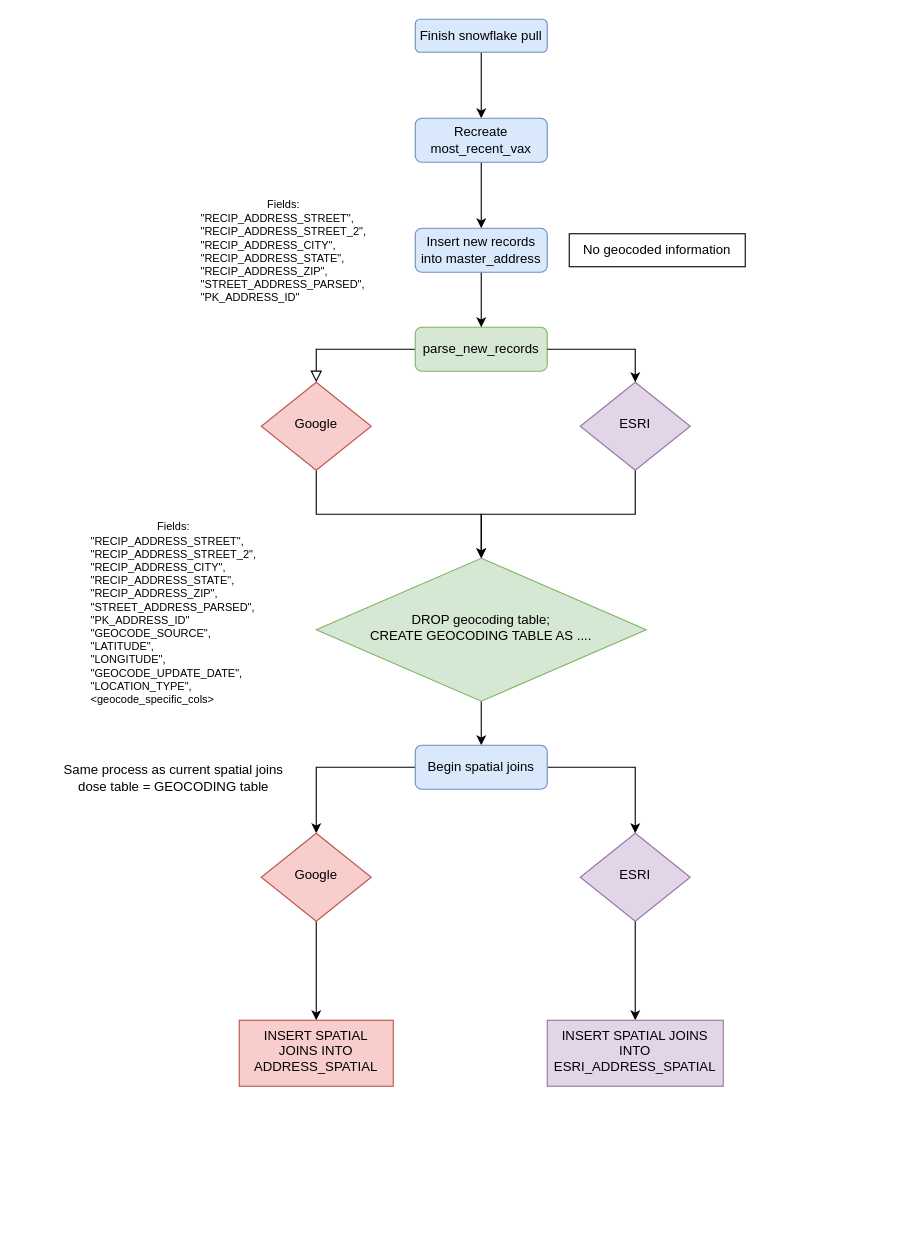
The draw.io diagram new_addy_diagram.drawio in Primordial-Haggis/LA_county_vax_etl_workflow, before the edit. Source tidied: cells renumbered, new cells numbered last; positions are measured from the earlier drawing's top-left corner, leaving out a move shared by most shapes. Both pictures are drawn from the tidied source at 110%, with x=0, y=0 at pixel (52, 19).
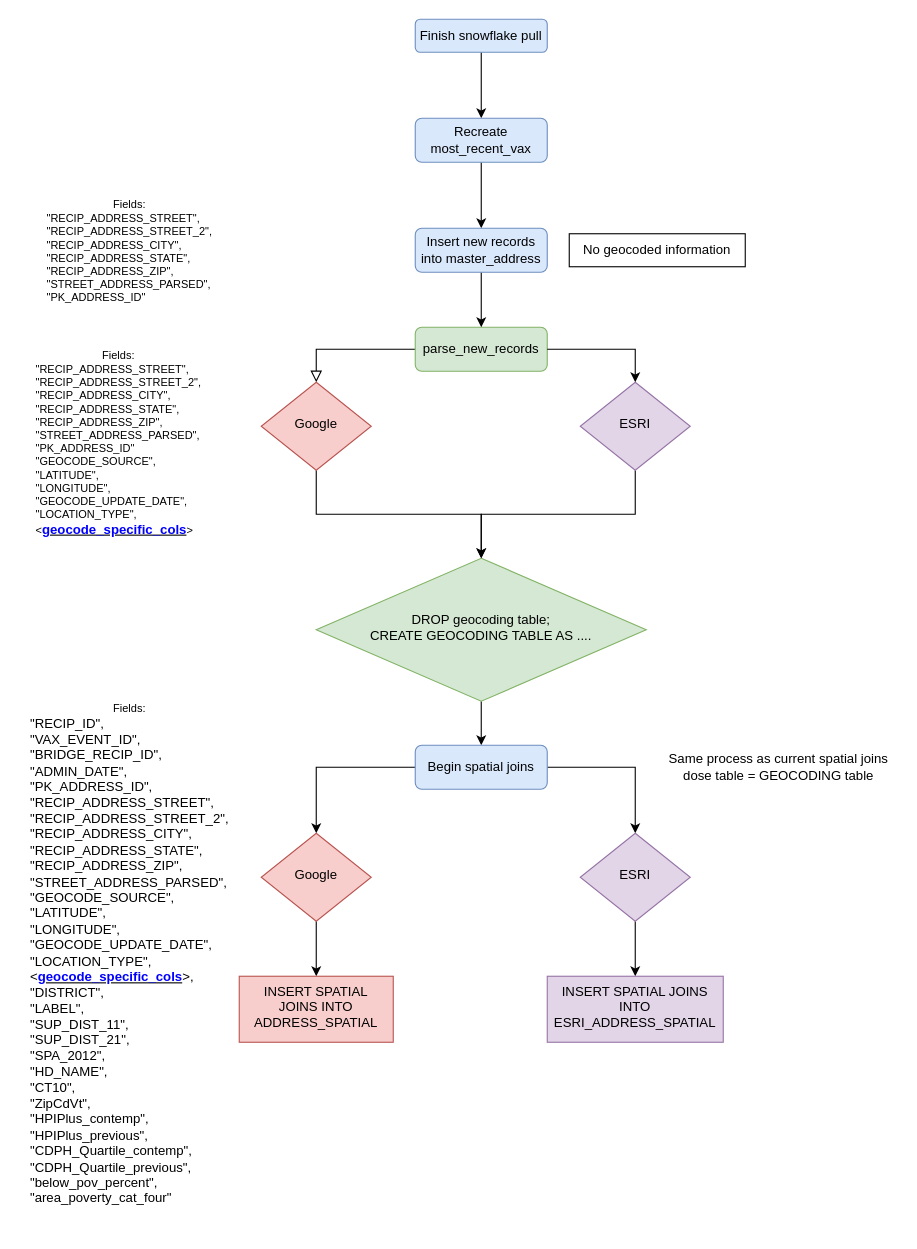
The same diagram, later.

Commit message:
add table colums new_addy_diagram.drawio

Change to the diagram source:
```diff
@@
     <mxCell id="25" value="&lt;font style=&quot;font-size: 10px;&quot;&gt;Fields:&lt;br&gt;&lt;/font&gt;&lt;div style=&quot;text-align: left; font-size: 10px;&quot;&gt;&lt;font style=&quot;font-size: 10px;&quot;&gt;&quot;RECIP_ADDRESS_STREET&quot;,&lt;/font&gt;&lt;/div&gt;&lt;div style=&quot;text-align: left; font-size: 10px;&quot;&gt;&lt;font style=&quot;font-size: 10px;&quot;&gt;&quot;RECIP_ADDRESS_STREET_2&quot;,&lt;/font&gt;&lt;/div&gt;&lt;div style=&quot;text-align: left; font-size: 10px;&quot;&gt;&lt;font style=&quot;font-size: 10px;&quot;&gt;&quot;RECIP_ADDRESS_CITY&quot;,&lt;/font&gt;&lt;/div&gt;&lt;div style=&quot;text-align: left; font-size: 10px;&quot;&gt;&lt;font style=&quot;font-size: 10px;&quot;&gt;&quot;RECIP_ADDRESS_STATE&quot;,&lt;/font&gt;&lt;/div&gt;&lt;div style=&quot;text-align: left; font-size: 10px;&quot;&gt;&lt;font style=&quot;font-size: 10px;&quot;&gt;&quot;RECIP_ADDRESS_ZIP&quot;,&lt;/font&gt;&lt;/div&gt;&lt;div style=&quot;text-align: left; font-size: 10px;&quot;&gt;&lt;font style=&quot;font-size: 10px;&quot;&gt;&quot;STREET_ADDRESS_PARSED&quot;,&lt;/font&gt;&lt;/div&gt;&lt;div style=&quot;text-align: left; font-size: 10px;&quot;&gt;&lt;font style=&quot;font-size: 10px;&quot;&gt;&quot;PK_ADDRESS_ID&quot;&lt;/font&gt;&lt;/div&gt;" style="text;html=1;align=center;verticalAlign=middle;strokeColor=none;fillColor=none;" parent="1" vertex="1">
-      <mxGeometry x="120" y="155" width="180" height="110" as="geometry" />
+      <mxGeometry x="-20" y="155" width="180" height="110" as="geometry" />
     </mxCell>
-    <mxCell id="26" value="&lt;font style=&quot;font-size: 10px;&quot;&gt;Fields:&lt;br&gt;&lt;/font&gt;&lt;div style=&quot;text-align: left; font-size: 10px;&quot;&gt;&lt;font style=&quot;font-size: 10px;&quot;&gt;&quot;RECIP_ADDRESS_STREET&quot;,&lt;/font&gt;&lt;/div&gt;&lt;div style=&quot;text-align: left; font-size: 10px;&quot;&gt;&lt;font style=&quot;font-size: 10px;&quot;&gt;&quot;RECIP_ADDRESS_STREET_2&quot;,&lt;/font&gt;&lt;/div&gt;&lt;div style=&quot;text-align: left; font-size: 10px;&quot;&gt;&lt;font style=&quot;font-size: 10px;&quot;&gt;&quot;RECIP_ADDRESS_CITY&quot;,&lt;/font&gt;&lt;/div&gt;&lt;div style=&quot;text-align: left; font-size: 10px;&quot;&gt;&lt;font style=&quot;font-size: 10px;&quot;&gt;&quot;RECIP_ADDRESS_STATE&quot;,&lt;/font&gt;&lt;/div&gt;&lt;div style=&quot;text-align: left; font-size: 10px;&quot;&gt;&lt;font style=&quot;font-size: 10px;&quot;&gt;&quot;RECIP_ADDRESS_ZIP&quot;,&lt;/font&gt;&lt;/div&gt;&lt;div style=&quot;text-align: left; font-size: 10px;&quot;&gt;&lt;font style=&quot;font-size: 10px;&quot;&gt;&quot;STREET_ADDRESS_PARSED&quot;,&lt;/font&gt;&lt;/div&gt;&lt;div style=&quot;text-align: left; font-size: 10px;&quot;&gt;&lt;font style=&quot;font-size: 10px;&quot;&gt;&quot;PK_ADDRESS_ID&quot;&lt;/font&gt;&lt;/div&gt;&lt;div style=&quot;text-align: left; font-size: 10px;&quot;&gt;&lt;font style=&quot;font-size: 10px;&quot;&gt;&lt;div&gt;&quot;GEOCODE_SOURCE&quot;,&lt;/div&gt;&lt;div&gt;&quot;LATITUDE&quot;,&lt;/div&gt;&lt;div&gt;&quot;LONGITUDE&quot;,&lt;/div&gt;&lt;div&gt;&quot;GEOCODE_UPDATE_DATE&quot;,&lt;/div&gt;&lt;div&gt;&quot;LOCATION_TYPE&quot;,&lt;/div&gt;&lt;div&gt;&amp;lt;geocode_specific_cols&amp;gt;&lt;/div&gt;&lt;div&gt;&lt;br&gt;&lt;/div&gt;&lt;/font&gt;&lt;/div&gt;" style="text;html=1;align=center;verticalAlign=middle;strokeColor=none;fillColor=none;" parent="1" vertex="1">
-      <mxGeometry x="20" y="445" width="180" height="200" as="geometry" />
+    <mxCell id="26" value="&lt;font style=&quot;font-size: 10px;&quot;&gt;Fields:&lt;br&gt;&lt;/font&gt;&lt;div style=&quot;text-align: left; font-size: 10px;&quot;&gt;&lt;font style=&quot;font-size: 10px;&quot;&gt;&quot;RECIP_ADDRESS_STREET&quot;,&lt;/font&gt;&lt;/div&gt;&lt;div style=&quot;text-align: left; font-size: 10px;&quot;&gt;&lt;font style=&quot;font-size: 10px;&quot;&gt;&quot;RECIP_ADDRESS_STREET_2&quot;,&lt;/font&gt;&lt;/div&gt;&lt;div style=&quot;text-align: left; font-size: 10px;&quot;&gt;&lt;font style=&quot;font-size: 10px;&quot;&gt;&quot;RECIP_ADDRESS_CITY&quot;,&lt;/font&gt;&lt;/div&gt;&lt;div style=&quot;text-align: left; font-size: 10px;&quot;&gt;&lt;font style=&quot;font-size: 10px;&quot;&gt;&quot;RECIP_ADDRESS_STATE&quot;,&lt;/font&gt;&lt;/div&gt;&lt;div style=&quot;text-align: left; font-size: 10px;&quot;&gt;&lt;font style=&quot;font-size: 10px;&quot;&gt;&quot;RECIP_ADDRESS_ZIP&quot;,&lt;/font&gt;&lt;/div&gt;&lt;div style=&quot;text-align: left; font-size: 10px;&quot;&gt;&lt;font style=&quot;font-size: 10px;&quot;&gt;&quot;STREET_ADDRESS_PARSED&quot;,&lt;/font&gt;&lt;/div&gt;&lt;div style=&quot;text-align: left; font-size: 10px;&quot;&gt;&lt;font style=&quot;font-size: 10px;&quot;&gt;&quot;PK_ADDRESS_ID&quot;&lt;/font&gt;&lt;/div&gt;&lt;div style=&quot;text-align: left;&quot;&gt;&lt;font style=&quot;&quot;&gt;&lt;div style=&quot;font-size: 10px;&quot;&gt;&quot;GEOCODE_SOURCE&quot;,&lt;/div&gt;&lt;div style=&quot;font-size: 10px;&quot;&gt;&quot;LATITUDE&quot;,&lt;/div&gt;&lt;div style=&quot;font-size: 10px;&quot;&gt;&quot;LONGITUDE&quot;,&lt;/div&gt;&lt;div style=&quot;font-size: 10px;&quot;&gt;&quot;GEOCODE_UPDATE_DATE&quot;,&lt;/div&gt;&lt;div style=&quot;font-size: 10px;&quot;&gt;&quot;LOCATION_TYPE&quot;,&lt;/div&gt;&lt;div style=&quot;&quot;&gt;&lt;span style=&quot;font-size: 10px;&quot;&gt;&amp;lt;&lt;/span&gt;&lt;b style=&quot;&quot;&gt;&lt;u style=&quot;&quot;&gt;&lt;font color=&quot;#0000ff&quot; style=&quot;font-size: 12px;&quot;&gt;geocode_specific_cols&lt;/font&gt;&lt;/u&gt;&lt;/b&gt;&lt;span style=&quot;font-size: 10px;&quot;&gt;&amp;gt;&lt;/span&gt;&lt;/div&gt;&lt;div style=&quot;font-size: 10px;&quot;&gt;&lt;br&gt;&lt;/div&gt;&lt;/font&gt;&lt;/div&gt;" style="text;html=1;align=center;verticalAlign=middle;strokeColor=none;fillColor=none;" parent="1" vertex="1">
+      <mxGeometry x="-30" y="290" width="180" height="200" as="geometry" />
     </mxCell>
     <mxCell id="27" value="&lt;font style=&quot;font-size: 12px;&quot;&gt;Same process as current spatial joins&lt;br&gt;dose table = GEOCODING table&lt;/font&gt;" style="text;html=1;align=center;verticalAlign=middle;strokeColor=none;fillColor=none;fontSize=10;" parent="1" vertex="1">
-      <mxGeometry y="670" width="220" height="40" as="geometry" />
+      <mxGeometry x="550" y="660" width="220" height="40" as="geometry" />
     </mxCell>
     <mxCell id="28" value="INSERT SPATIAL JOINS INTO ADDRESS_SPATIAL" style="whiteSpace=wrap;html=1;fillColor=#f8cecc;strokeColor=#b85450;shadow=0;strokeWidth=1;spacing=6;spacingTop=-4;" parent="1" vertex="1">
-      <mxGeometry x="170" y="910" width="140" height="60" as="geometry" />
+      <mxGeometry x="170" y="870" width="140" height="60" as="geometry" />
     </mxCell>
     <mxCell id="29" value="INSERT SPATIAL JOINS INTO ESRI_ADDRESS_SPATIAL" style="whiteSpace=wrap;html=1;fillColor=#e1d5e7;strokeColor=#9673a6;shadow=0;strokeWidth=1;spacing=6;spacingTop=-4;" parent="1" vertex="1">
-      <mxGeometry x="450" y="910" width="160" height="60" as="geometry" />
+      <mxGeometry x="450" y="870" width="160" height="60" as="geometry" />
     </mxCell>
+    <mxCell id="30" value="&lt;font style=&quot;font-size: 10px;&quot;&gt;Fields:&lt;br&gt;&lt;/font&gt;&lt;div style=&quot;text-align: left;&quot;&gt;&lt;div&gt;&quot;RECIP_ID&quot;,&lt;/div&gt;&lt;div&gt;&quot;VAX_EVENT_ID&quot;,&lt;/div&gt;&lt;div&gt;&quot;BRIDGE_RECIP_ID&quot;,&lt;/div&gt;&lt;div&gt;&quot;ADMIN_DATE&quot;,&lt;/div&gt;&lt;div&gt;&quot;PK_ADDRESS_ID&quot;,&lt;/div&gt;&lt;div&gt;&quot;RECIP_ADDRESS_STREET&quot;,&lt;/div&gt;&lt;div&gt;&quot;RECIP_ADDRESS_STREET_2&quot;,&lt;/div&gt;&lt;div&gt;&quot;RECIP_ADDRESS_CITY&quot;,&lt;/div&gt;&lt;div&gt;&quot;RECIP_ADDRESS_STATE&quot;,&lt;/div&gt;&lt;div&gt;&quot;RECIP_ADDRESS_ZIP&quot;,&lt;/div&gt;&lt;div&gt;&quot;STREET_ADDRESS_PARSED&quot;,&lt;/div&gt;&lt;div&gt;&quot;GEOCODE_SOURCE&quot;,&lt;/div&gt;&lt;div&gt;&quot;LATITUDE&quot;,&lt;/div&gt;&lt;div&gt;&quot;LONGITUDE&quot;,&lt;/div&gt;&lt;div&gt;&quot;GEOCODE_UPDATE_DATE&quot;,&lt;/div&gt;&lt;div&gt;&quot;LOCATION_TYPE&quot;,&lt;/div&gt;&lt;div&gt;&lt;span style=&quot;background-color: initial;&quot;&gt;&amp;lt;&lt;b&gt;&lt;u style=&quot;&quot;&gt;&lt;font style=&quot;font-size: 12px;&quot; color=&quot;#0000ff&quot;&gt;geocode_specific_cols&lt;/font&gt;&lt;/u&gt;&lt;/b&gt;&amp;gt;&lt;/span&gt;,&lt;/div&gt;&lt;div&gt;&quot;DISTRICT&quot;,&lt;/div&gt;&lt;div&gt;&quot;LABEL&quot;,&lt;/div&gt;&lt;div&gt;&quot;SUP_DIST_11&quot;,&lt;/div&gt;&lt;div&gt;&quot;SUP_DIST_21&quot;,&lt;/div&gt;&lt;div&gt;&quot;SPA_2012&quot;,&lt;/div&gt;&lt;div&gt;&quot;HD_NAME&quot;,&lt;/div&gt;&lt;div&gt;&quot;CT10&quot;,&lt;/div&gt;&lt;div&gt;&quot;ZipCdVt&quot;,&lt;/div&gt;&lt;div&gt;&quot;HPIPlus_contemp&quot;,&lt;/div&gt;&lt;div&gt;&quot;HPIPlus_previous&quot;,&lt;/div&gt;&lt;div&gt;&quot;CDPH_Quartile_contemp&quot;,&lt;/div&gt;&lt;div&gt;&quot;CDPH_Quartile_previous&quot;,&lt;/div&gt;&lt;div&gt;&quot;below_pov_percent&quot;,&lt;/div&gt;&lt;div&gt;&quot;area_poverty_cat_four&quot;&lt;/div&gt;&lt;/div&gt;&lt;div style=&quot;text-align: left; font-size: 10px;&quot;&gt;&lt;font style=&quot;font-size: 10px;&quot;&gt;&lt;div&gt;&lt;br&gt;&lt;/div&gt;&lt;/font&gt;&lt;/div&gt;" style="text;html=1;align=center;verticalAlign=middle;strokeColor=none;fillColor=none;" parent="1" vertex="1">
+      <mxGeometry x="-30" y="610" width="200" height="490" as="geometry" />
+    </mxCell>
```
